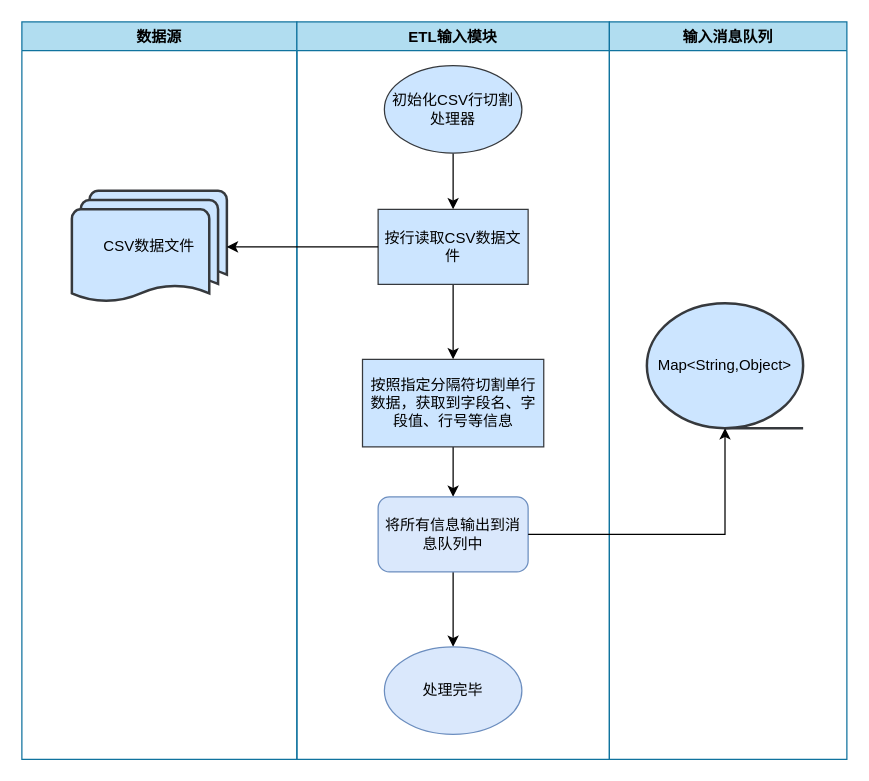
liujin0719/draw keeps this draw.io diagram as page "CSV行切割处理器" (1 of 5) of ETL需求文档-V2.1.0.drawio. Above is the earlier version. Source tidied: cells renumbered, new cells numbered last; positions are measured from the earlier drawing's top-left corner, leaving out a move shared by most shapes. Both pictures are drawn from the tidied source at 125%, with x=0, y=0 at pixel (21, 21).
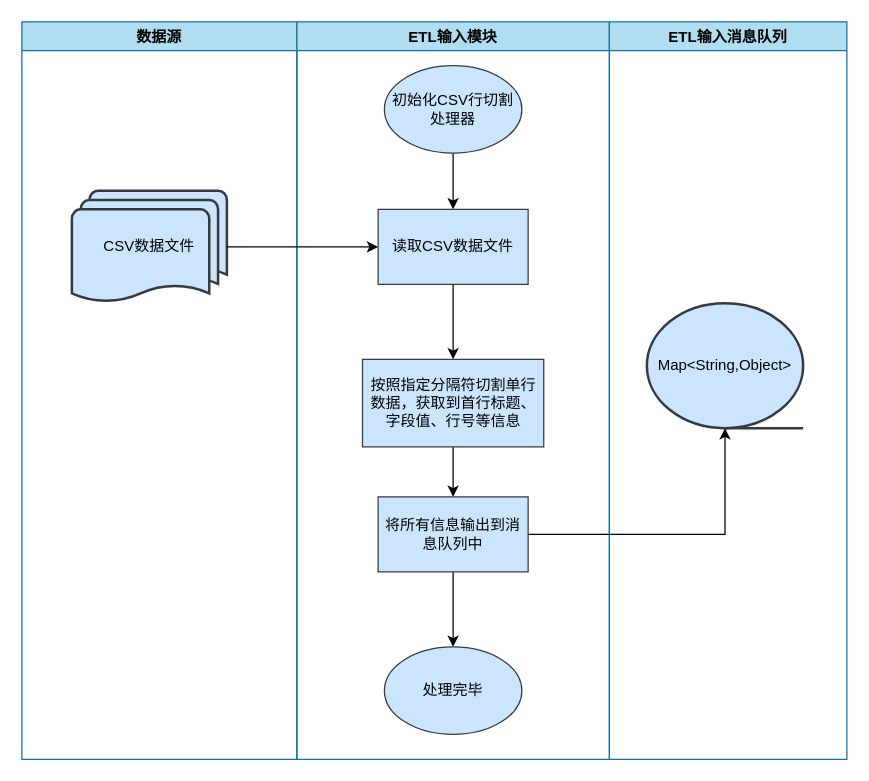
After the change.

Commit message:
更新ETL需求文档-V2.1.0.drawio

The edit, as a diff of the source:
```diff
@@
 <mxGraphModel>
   <root>
     <mxCell id="0" />
     <mxCell id="1" parent="0" />
     <mxCell id="2" value="数据源" style="swimlane;fillColor=#b1ddf0;strokeColor=#10739e;" parent="1" vertex="1">
       <mxGeometry width="220" height="590" as="geometry" />
     </mxCell>
     <mxCell id="3" value="CSV数据文件" style="strokeWidth=2;html=1;shape=mxgraph.flowchart.multi-document;whiteSpace=wrap;fillColor=#cce5ff;strokeColor=#36393d;" parent="2" vertex="1">
       <mxGeometry x="40" y="135" width="124" height="90" as="geometry" />
     </mxCell>
     <mxCell id="4" value="ETL输入模块" style="swimlane;fillColor=#b1ddf0;strokeColor=#10739e;" parent="1" vertex="1">
       <mxGeometry x="220" width="250" height="590" as="geometry" />
     </mxCell>
     <mxCell id="5" style="edgeStyle=orthogonalEdgeStyle;rounded=0;jettySize=auto;html=1;entryX=0.5;entryY=0;entryDx=0;entryDy=0;" parent="4" edge="1" source="6" target="8">
       <mxGeometry relative="1" as="geometry" />
     </mxCell>
     <mxCell id="6" value="初始化CSV行切割处理器" style="ellipse;whiteSpace=wrap;html=1;fillColor=#cce5ff;strokeColor=#36393d;" parent="4" vertex="1">
       <mxGeometry x="70" y="35" width="110" height="70" as="geometry" />
     </mxCell>
     <mxCell id="7" style="edgeStyle=orthogonalEdgeStyle;rounded=0;jettySize=auto;html=1;entryX=0.5;entryY=0;entryDx=0;entryDy=0;" parent="4" edge="1" source="8" target="10">
       <mxGeometry relative="1" as="geometry" />
     </mxCell>
-    <mxCell id="8" value="按行读取CSV数据文件" style="whiteSpace=wrap;html=1;fillColor=#cce5ff;strokeColor=#36393d;" parent="4" vertex="1">
+    <mxCell id="8" value="读取CSV数据文件" style="whiteSpace=wrap;html=1;fillColor=#cce5ff;strokeColor=#36393d;" parent="4" vertex="1">
       <mxGeometry x="65" y="150" width="120" height="60" as="geometry" />
     </mxCell>
     <mxCell id="9" style="edgeStyle=orthogonalEdgeStyle;rounded=0;jettySize=auto;html=1;entryX=0.5;entryY=0;entryDx=0;entryDy=0;" parent="4" edge="1" source="10" target="12">
       <mxGeometry relative="1" as="geometry" />
     </mxCell>
-    <mxCell id="10" value="按照指定分隔符切割单行数据，获取到字段名、字段值、行号等信息" style="whiteSpace=wrap;html=1;fillColor=#cce5ff;strokeColor=#36393d;" parent="4" vertex="1">
+    <mxCell id="10" value="按照指定分隔符切割单行数据，获取到首行标题、字段值、行号等信息" style="whiteSpace=wrap;html=1;fillColor=#cce5ff;strokeColor=#36393d;" parent="4" vertex="1">
       <mxGeometry x="52.5" y="270" width="145" height="70" as="geometry" />
     </mxCell>
     <mxCell id="11" style="edgeStyle=orthogonalEdgeStyle;rounded=0;jettySize=auto;html=1;entryX=0.5;entryY=0;entryDx=0;entryDy=0;" parent="4" edge="1" source="12" target="13">
       <mxGeometry relative="1" as="geometry" />
     </mxCell>
-    <mxCell id="12" value="将所有信息输出到消息队列中" style="rounded=1;whiteSpace=wrap;html=1;fillColor=#dae8fc;strokeColor=#6c8ebf;" parent="4" vertex="1">
+    <mxCell id="12" value="将所有信息输出到消息队列中" style="whiteSpace=wrap;html=1;fillColor=#cce5ff;strokeColor=#36393d;" parent="4" vertex="1">
       <mxGeometry x="65" y="380" width="120" height="60" as="geometry" />
     </mxCell>
-    <mxCell id="13" value="处理完毕" style="ellipse;whiteSpace=wrap;html=1;fillColor=#dae8fc;strokeColor=#6c8ebf;" parent="4" vertex="1">
+    <mxCell id="13" value="处理完毕" style="ellipse;whiteSpace=wrap;html=1;fillColor=#cce5ff;strokeColor=#36393d;" parent="4" vertex="1">
       <mxGeometry x="70" y="500" width="110" height="70" as="geometry" />
     </mxCell>
-    <mxCell id="14" value="输入消息队列" style="swimlane;fillColor=#b1ddf0;strokeColor=#10739e;" parent="1" vertex="1">
+    <mxCell id="14" value="ETL输入消息队列" style="swimlane;fillColor=#b1ddf0;strokeColor=#10739e;" parent="1" vertex="1">
       <mxGeometry x="470" width="190" height="590" as="geometry" />
     </mxCell>
     <mxCell id="15" value="Map&amp;lt;String,Object&amp;gt;" style="strokeWidth=2;html=1;shape=mxgraph.flowchart.sequential_data;whiteSpace=wrap;fillColor=#cce5ff;strokeColor=#36393d;" parent="14" vertex="1">
       <mxGeometry x="30" y="225" width="125" height="100" as="geometry" />
     </mxCell>
-    <mxCell id="16" style="edgeStyle=orthogonalEdgeStyle;rounded=0;jettySize=auto;html=1;entryX=1;entryY=0.5;entryDx=0;entryDy=0;entryPerimeter=0;" parent="1" edge="1" source="8" target="3">
-      <mxGeometry relative="1" as="geometry" />
-    </mxCell>
     <mxCell id="17" style="edgeStyle=orthogonalEdgeStyle;rounded=0;jettySize=auto;html=1;entryX=0.5;entryY=1;entryDx=0;entryDy=0;entryPerimeter=0;" parent="1" edge="1" source="12" target="15">
       <mxGeometry relative="1" as="geometry" />
     </mxCell>
+    <mxCell id="18" style="edgeStyle=orthogonalEdgeStyle;rounded=0;jettySize=auto;html=1;entryX=0;entryY=0.5;entryDx=0;entryDy=0;fontColor=#FFFFFF;" parent="1" edge="1" source="3" target="8">
+      <mxGeometry relative="1" as="geometry" />
+    </mxCell>
   </root>
 </mxGraphModel>
```
